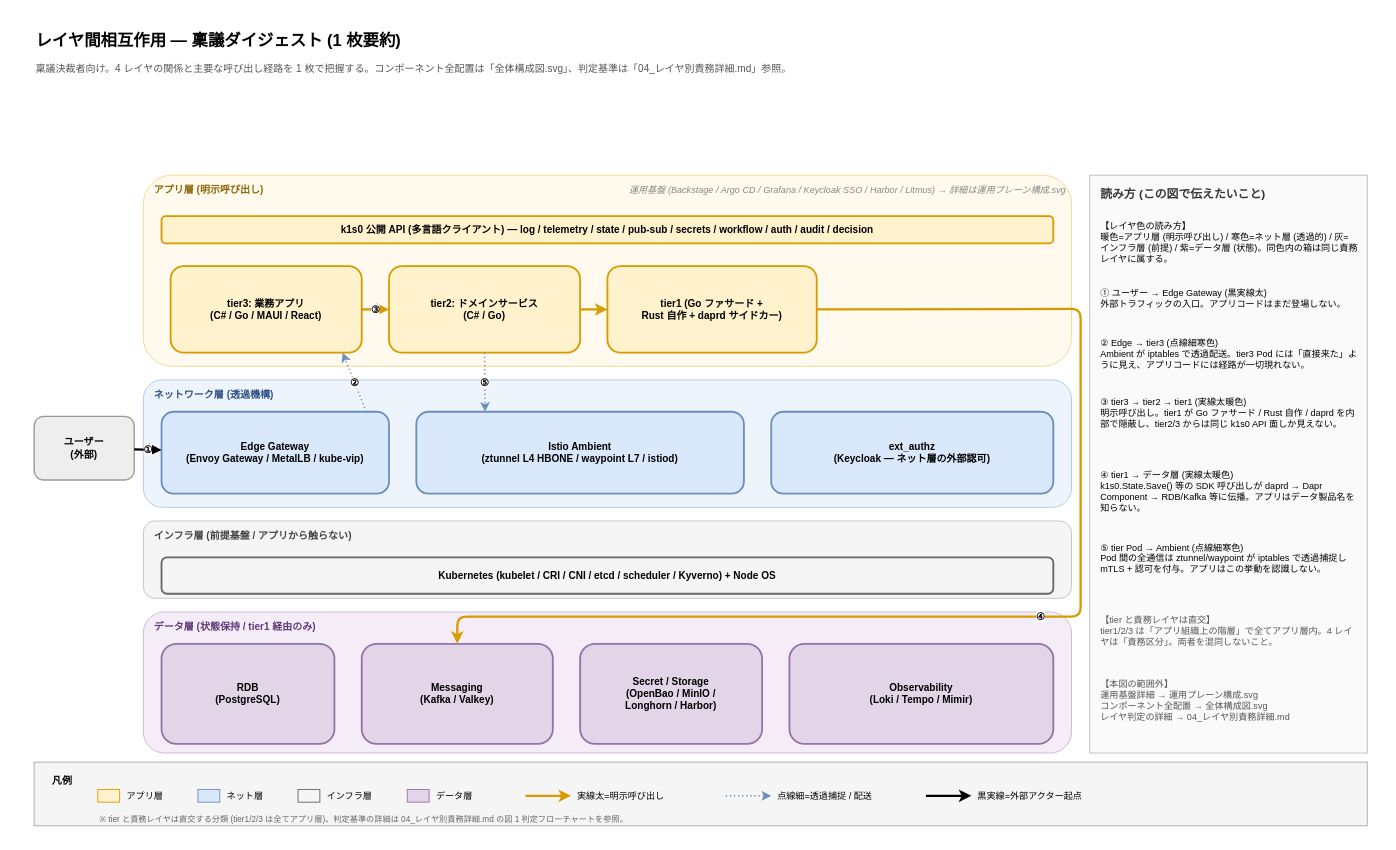
Above: docs/01_企画/img/レイヤ間相互作用.drawio in RyuheiKiso/k1s0 (draw.io), before the change. Source tidied: cells renumbered, new cells numbered last; positions are measured from the earlier drawing's top-left corner, leaving out a move shared by most shapes. Both pictures are drawn from the tidied source at 91%, with x=0, y=0 at pixel (15, 15).
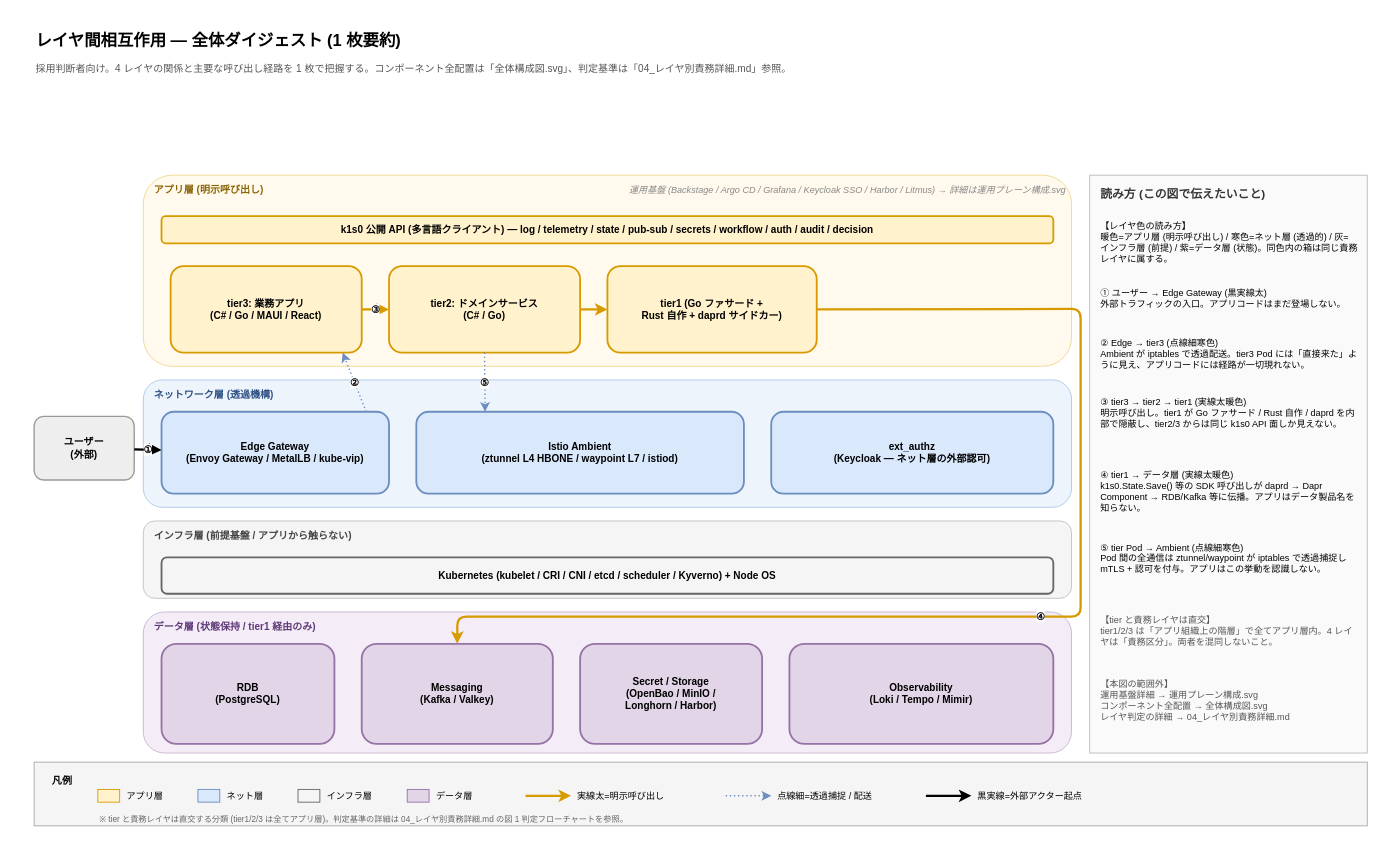
The same page after the edit.

Diff of the diagram source:
```diff
@@
-    <mxCell id="3" value="レイヤ間相互作用 ― 稟議ダイジェスト (1 枚要約)" style="text;html=1;strokeColor=none;fillColor=none;align=left;verticalAlign=middle;whiteSpace=wrap;rounded=0;fontSize=18;fontStyle=1;" parent="1" vertex="1">
+    <mxCell id="3" value="レイヤ間相互作用 ― 全体ダイジェスト (1 枚要約)" style="text;html=1;strokeColor=none;fillColor=none;align=left;verticalAlign=middle;whiteSpace=wrap;rounded=0;fontSize=18;fontStyle=1;" parent="1" vertex="1">
       <mxGeometry x="20" y="12" width="1200" height="30" as="geometry" />
     </mxCell>
-    <mxCell id="4" value="稟議決裁者向け。4 レイヤの関係と主要な呼び出し経路を 1 枚で把握する。コンポーネント全配置は「全体構成図.svg」、判定基準は「04_レイヤ別責務詳細.md」参照。" style="text;html=1;strokeColor=none;fillColor=none;align=left;verticalAlign=middle;whiteSpace=wrap;rounded=0;fontSize=11;fontColor=#555555;" parent="1" vertex="1">
+    <mxCell id="4" value="採用判断者向け。4 レイヤの関係と主要な呼び出し経路を 1 枚で把握する。コンポーネント全配置は「全体構成図.svg」、判定基準は「04_レイヤ別責務詳細.md」参照。" style="text;html=1;strokeColor=none;fillColor=none;align=left;verticalAlign=middle;whiteSpace=wrap;rounded=0;fontSize=11;fontColor=#555555;" parent="1" vertex="1">
       <mxGeometry x="20" y="45" width="1400" height="25" as="geometry" />
     </mxCell>
```
